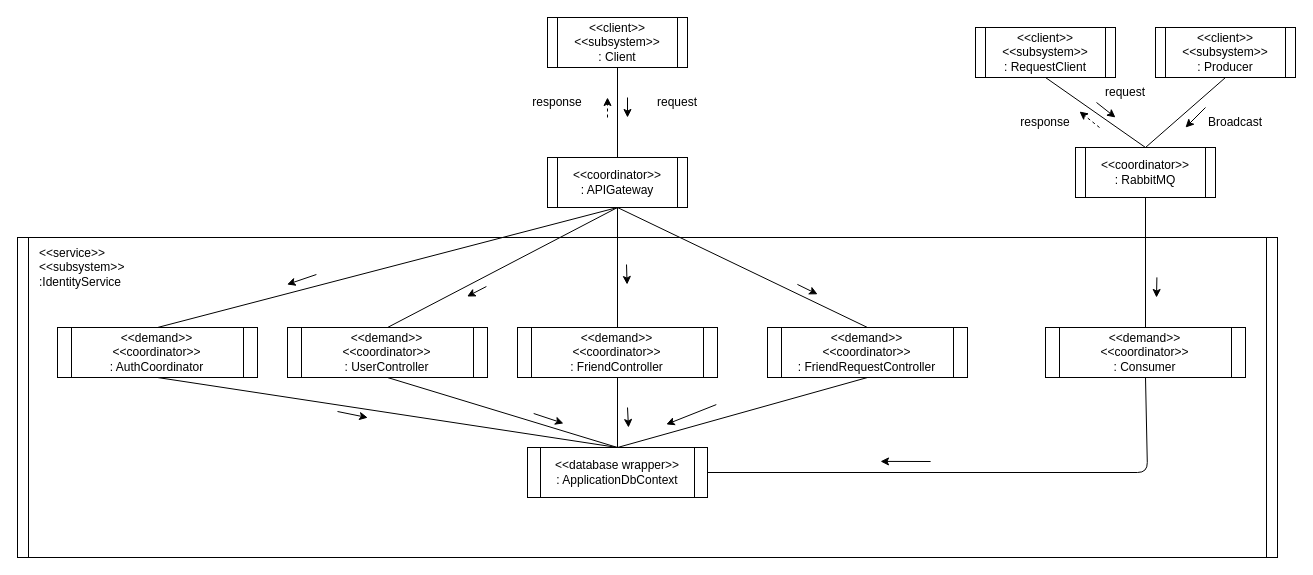
Earlier version of the draw.io diagram docs/Subsystem Diagram/Identity.subsystem.drawio (Carl-Johnsons/Chat-Application). Source tidied: cells renumbered, new cells numbered last; positions are measured from the earlier drawing's top-left corner, leaving out a move shared by most shapes. Both pictures are drawn from the tidied source at 100%, with x=0, y=0 at pixel (17, 17).
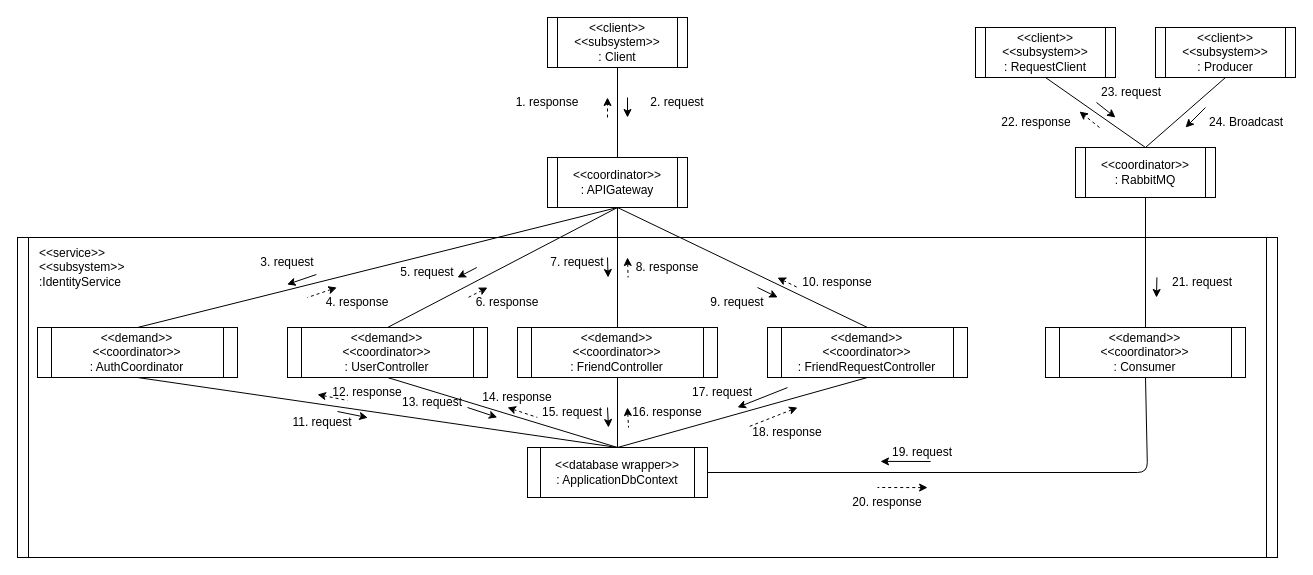
Above is the later version.

Change to the diagram source:
```diff
@@
-    <mxCell id="13" value="request" style="text;html=1;strokeColor=none;fillColor=none;align=center;verticalAlign=middle;whiteSpace=wrap;rounded=0;" parent="1" vertex="1">
+    <mxCell id="13" value="2. request" style="text;html=1;strokeColor=none;fillColor=none;align=center;verticalAlign=middle;whiteSpace=wrap;rounded=0;" parent="1" vertex="1">
       <mxGeometry x="630" y="70" width="60" height="30" as="geometry" />
     </mxCell>
-    <mxCell id="14" value="response" style="text;html=1;strokeColor=none;fillColor=none;align=center;verticalAlign=middle;whiteSpace=wrap;rounded=0;" parent="1" vertex="1">
-      <mxGeometry x="510" y="70" width="60" height="30" as="geometry" />
+    <mxCell id="14" value="1. response" style="text;html=1;strokeColor=none;fillColor=none;align=center;verticalAlign=middle;whiteSpace=wrap;rounded=0;" parent="1" vertex="1">
+      <mxGeometry x="490" y="70" width="80" height="30" as="geometry" />
     </mxCell>
     <mxCell id="15" style="endArrow=classic;html=1;entryX=0.526;entryY=0;entryDx=0;entryDy=0;entryPerimeter=0;" parent="1" edge="1">
       <mxGeometry relative="1" as="geometry">
-        <mxPoint x="609" y="247" as="sourcePoint" />
-        <mxPoint x="609.6" y="267" as="targetPoint" />
+        <mxPoint x="590" y="240" as="sourcePoint" />
+        <mxPoint x="590.6" y="260" as="targetPoint" />
       </mxGeometry>
     </mxCell>
-    <mxCell id="16" style="endArrow=classic;html=1;" parent="1" edge="1">
+    <mxCell id="16" style="endArrow=none;html=1;strokeColor=default;dashed=1;startArrow=classic;startFill=1;endFill=0;" parent="1" edge="1">
       <mxGeometry relative="1" as="geometry">
         <mxPoint x="610" y="390" as="sourcePoint" />
         <mxPoint x="611" y="410" as="targetPoint" />
       </mxGeometry>
     </mxCell>
@@
-    <mxCell id="23" value="request" style="text;html=1;strokeColor=none;fillColor=none;align=center;verticalAlign=middle;whiteSpace=wrap;rounded=0;" parent="1" vertex="1">
-      <mxGeometry x="1078" y="60" width="60" height="30" as="geometry" />
+    <mxCell id="23" value="23. request" style="text;html=1;strokeColor=none;fillColor=none;align=center;verticalAlign=middle;whiteSpace=wrap;rounded=0;" parent="1" vertex="1">
+      <mxGeometry x="1078" y="60" width="72" height="30" as="geometry" />
     </mxCell>
-    <mxCell id="24" value="response" style="text;html=1;strokeColor=none;fillColor=none;align=center;verticalAlign=middle;whiteSpace=wrap;rounded=0;" parent="1" vertex="1">
-      <mxGeometry x="998" y="90" width="60" height="30" as="geometry" />
+    <mxCell id="24" value="22. response" style="text;html=1;strokeColor=none;fillColor=none;align=center;verticalAlign=middle;whiteSpace=wrap;rounded=0;" parent="1" vertex="1">
+      <mxGeometry x="980" y="90" width="78" height="30" as="geometry" />
     </mxCell>
@@
-    <mxCell id="26" value="Broadcast" style="text;html=1;strokeColor=none;fillColor=none;align=center;verticalAlign=middle;whiteSpace=wrap;rounded=0;" parent="1" vertex="1">
-      <mxGeometry x="1188" y="90" width="60" height="30" as="geometry" />
+    <mxCell id="26" value="24. Broadcast" style="text;html=1;strokeColor=none;fillColor=none;align=center;verticalAlign=middle;whiteSpace=wrap;rounded=0;" parent="1" vertex="1">
+      <mxGeometry x="1188" y="90" width="82" height="30" as="geometry" />
     </mxCell>
@@
     <mxCell id="37" style="endArrow=classic;html=1;entryX=0.477;entryY=0.404;entryDx=0;entryDy=0;entryPerimeter=0;" parent="1" edge="1">
       <mxGeometry relative="1" as="geometry">
-        <mxPoint x="516.2" y="396" as="sourcePoint" />
-        <mxPoint x="546" y="405.9" as="targetPoint" />
+        <mxPoint x="450" y="390" as="sourcePoint" />
+        <mxPoint x="479.8" y="399.9" as="targetPoint" />
       </mxGeometry>
     </mxCell>
     <mxCell id="38" style="endArrow=classic;html=1;entryX=0.392;entryY=0.404;entryDx=0;entryDy=0;entryPerimeter=0;exitX=0.441;exitY=0.362;exitDx=0;exitDy=0;exitPerimeter=0;" parent="1" edge="1">
       <mxGeometry relative="1" as="geometry">
-        <mxPoint x="698.8" y="387.1" as="sourcePoint" />
-        <mxPoint x="648.8" y="406.9" as="targetPoint" />
+        <mxPoint x="770" y="370.1" as="sourcePoint" />
+        <mxPoint x="720" y="389.9" as="targetPoint" />
       </mxGeometry>
     </mxCell>
     <mxCell id="39" value="&amp;lt;&amp;lt;demand&amp;gt;&amp;gt;&lt;br&gt;&amp;lt;&amp;lt;coordinator&amp;gt;&amp;gt;&lt;br style=&quot;border-color: var(--border-color);&quot;&gt;: AuthCoordinator" style="shape=process;whiteSpace=wrap;html=1;backgroundOutline=1;size=0.07142857142857142;" parent="1" vertex="1">
-      <mxGeometry x="40" y="310" width="200" height="50" as="geometry" />
+      <mxGeometry x="20" y="310" width="200" height="50" as="geometry" />
     </mxCell>
@@
-    <mxCell id="45" style="endArrow=classic;html=1;entryX=0.635;entryY=0.187;entryDx=0;entryDy=0;entryPerimeter=0;exitX=0.619;exitY=0.156;exitDx=0;exitDy=0;exitPerimeter=0;" parent="1" edge="1">
+    <mxCell id="45" style="endArrow=none;html=1;entryX=0.635;entryY=0.187;entryDx=0;entryDy=0;entryPerimeter=0;exitX=0.619;exitY=0.156;exitDx=0;exitDy=0;exitPerimeter=0;startArrow=classic;startFill=1;endFill=0;dashed=1;" parent="1" edge="1">
       <mxGeometry relative="1" as="geometry">
-        <mxPoint x="779.9" y="266.9" as="sourcePoint" />
-        <mxPoint x="800.1" y="276.8" as="targetPoint" />
+        <mxPoint x="760" y="260.1" as="sourcePoint" />
+        <mxPoint x="780.2" y="270" as="targetPoint" />
       </mxGeometry>
     </mxCell>
@@
     <mxCell id="47" style="endArrow=classic;html=1;entryX=0.526;entryY=0;entryDx=0;entryDy=0;entryPerimeter=0;exitX=0.365;exitY=0.125;exitDx=0;exitDy=0;exitPerimeter=0;" parent="1" edge="1">
       <mxGeometry relative="1" as="geometry">
-        <mxPoint x="468.9" y="269" as="sourcePoint" />
-        <mxPoint x="449.6" y="279" as="targetPoint" />
+        <mxPoint x="459.3" y="250" as="sourcePoint" />
+        <mxPoint x="440" y="260" as="targetPoint" />
       </mxGeometry>
     </mxCell>
+    <mxCell id="48" style="endArrow=none;html=1;entryX=0.526;entryY=0;entryDx=0;entryDy=0;entryPerimeter=0;exitX=0.238;exitY=0.125;exitDx=0;exitDy=0;exitPerimeter=0;startArrow=classic;startFill=1;endFill=0;dashed=1;" parent="1" edge="1">
+      <mxGeometry relative="1" as="geometry">
+        <mxPoint x="319.3" y="270" as="sourcePoint" />
+        <mxPoint x="290" y="280" as="targetPoint" />
+      </mxGeometry>
+    </mxCell>
+    <mxCell id="49" style="endArrow=none;html=1;entryX=0.526;entryY=0;entryDx=0;entryDy=0;entryPerimeter=0;exitX=0.365;exitY=0.125;exitDx=0;exitDy=0;exitPerimeter=0;startArrow=classic;startFill=1;endFill=0;dashed=1;" parent="1" edge="1">
+      <mxGeometry relative="1" as="geometry">
+        <mxPoint x="470" y="270" as="sourcePoint" />
+        <mxPoint x="450.7" y="280" as="targetPoint" />
+      </mxGeometry>
+    </mxCell>
+    <mxCell id="50" style="endArrow=none;html=1;entryX=0.526;entryY=0;entryDx=0;entryDy=0;entryPerimeter=0;startArrow=classic;startFill=1;endFill=0;dashed=1;" parent="1" edge="1">
+      <mxGeometry relative="1" as="geometry">
+        <mxPoint x="610" y="240" as="sourcePoint" />
+        <mxPoint x="610.6" y="260" as="targetPoint" />
+      </mxGeometry>
+    </mxCell>
+    <mxCell id="51" style="endArrow=classic;html=1;entryX=0.635;entryY=0.187;entryDx=0;entryDy=0;entryPerimeter=0;exitX=0.619;exitY=0.156;exitDx=0;exitDy=0;exitPerimeter=0;" parent="1" edge="1">
+      <mxGeometry relative="1" as="geometry">
+        <mxPoint x="740" y="270" as="sourcePoint" />
+        <mxPoint x="760.2" y="279.9" as="targetPoint" />
+      </mxGeometry>
+    </mxCell>
+    <mxCell id="52" style="endArrow=none;html=1;entryX=0.278;entryY=0.563;entryDx=0;entryDy=0;entryPerimeter=0;startArrow=classic;startFill=1;endFill=0;dashed=1;" parent="1" edge="1">
+      <mxGeometry relative="1" as="geometry">
+        <mxPoint x="300" y="377" as="sourcePoint" />
+        <mxPoint x="330" y="383" as="targetPoint" />
+      </mxGeometry>
+    </mxCell>
+    <mxCell id="53" style="endArrow=none;html=1;entryX=0.477;entryY=0.404;entryDx=0;entryDy=0;entryPerimeter=0;dashed=1;startArrow=classic;startFill=1;endFill=0;" parent="1" edge="1">
+      <mxGeometry relative="1" as="geometry">
+        <mxPoint x="490" y="390" as="sourcePoint" />
+        <mxPoint x="519.8" y="399.9" as="targetPoint" />
+      </mxGeometry>
+    </mxCell>
+    <mxCell id="54" style="endArrow=classic;html=1;" parent="1" edge="1">
+      <mxGeometry relative="1" as="geometry">
+        <mxPoint x="590" y="390" as="sourcePoint" />
+        <mxPoint x="591" y="410" as="targetPoint" />
+      </mxGeometry>
+    </mxCell>
+    <mxCell id="55" style="endArrow=none;html=1;entryX=0.392;entryY=0.404;entryDx=0;entryDy=0;entryPerimeter=0;exitX=0.441;exitY=0.362;exitDx=0;exitDy=0;exitPerimeter=0;startArrow=classic;startFill=1;dashed=1;endFill=0;" parent="1" edge="1">
+      <mxGeometry relative="1" as="geometry">
+        <mxPoint x="780" y="390" as="sourcePoint" />
+        <mxPoint x="730" y="409.7" as="targetPoint" />
+      </mxGeometry>
+    </mxCell>
+    <mxCell id="56" style="endArrow=none;html=1;exitX=0.657;exitY=0.468;exitDx=0;exitDy=0;exitPerimeter=0;dashed=1;endFill=0;startArrow=classic;startFill=1;" parent="1" edge="1">
+      <mxGeometry relative="1" as="geometry">
+        <mxPoint x="910.1" y="470.1" as="sourcePoint" />
+        <mxPoint x="860" y="470" as="targetPoint" />
+      </mxGeometry>
+    </mxCell>
+    <mxCell id="57" value="4. response" style="text;html=1;strokeColor=none;fillColor=none;align=center;verticalAlign=middle;whiteSpace=wrap;rounded=0;" parent="1" vertex="1">
+      <mxGeometry x="300" y="270" width="80" height="30" as="geometry" />
+    </mxCell>
+    <mxCell id="58" value="3. request" style="text;html=1;strokeColor=none;fillColor=none;align=center;verticalAlign=middle;whiteSpace=wrap;rounded=0;" parent="1" vertex="1">
+      <mxGeometry x="240" y="230" width="60" height="30" as="geometry" />
+    </mxCell>
+    <mxCell id="59" value="5. request" style="text;html=1;strokeColor=none;fillColor=none;align=center;verticalAlign=middle;whiteSpace=wrap;rounded=0;" parent="1" vertex="1">
+      <mxGeometry x="380" y="240" width="60" height="30" as="geometry" />
+    </mxCell>
+    <mxCell id="60" value="7. request" style="text;html=1;strokeColor=none;fillColor=none;align=center;verticalAlign=middle;whiteSpace=wrap;rounded=0;" parent="1" vertex="1">
+      <mxGeometry x="530" y="230" width="60" height="30" as="geometry" />
+    </mxCell>
+    <mxCell id="61" value="9. request" style="text;html=1;strokeColor=none;fillColor=none;align=center;verticalAlign=middle;whiteSpace=wrap;rounded=0;" parent="1" vertex="1">
+      <mxGeometry x="690" y="270" width="60" height="30" as="geometry" />
+    </mxCell>
+    <mxCell id="62" value="11. request" style="text;html=1;strokeColor=none;fillColor=none;align=center;verticalAlign=middle;whiteSpace=wrap;rounded=0;" parent="1" vertex="1">
+      <mxGeometry x="270" y="390" width="70" height="30" as="geometry" />
+    </mxCell>
+    <mxCell id="63" value="13. request" style="text;html=1;strokeColor=none;fillColor=none;align=center;verticalAlign=middle;whiteSpace=wrap;rounded=0;" parent="1" vertex="1">
+      <mxGeometry x="380" y="370" width="70" height="30" as="geometry" />
+    </mxCell>
+    <mxCell id="64" value="15. request" style="text;html=1;strokeColor=none;fillColor=none;align=center;verticalAlign=middle;whiteSpace=wrap;rounded=0;" parent="1" vertex="1">
+      <mxGeometry x="520" y="380" width="70" height="30" as="geometry" />
+    </mxCell>
+    <mxCell id="65" value="17. request" style="text;html=1;strokeColor=none;fillColor=none;align=center;verticalAlign=middle;whiteSpace=wrap;rounded=0;" parent="1" vertex="1">
+      <mxGeometry x="670" y="360" width="70" height="30" as="geometry" />
+    </mxCell>
+    <mxCell id="66" value="19. request" style="text;html=1;strokeColor=none;fillColor=none;align=center;verticalAlign=middle;whiteSpace=wrap;rounded=0;" parent="1" vertex="1">
+      <mxGeometry x="870" y="420" width="70" height="30" as="geometry" />
+    </mxCell>
+    <mxCell id="67" value="21. request" style="text;html=1;strokeColor=none;fillColor=none;align=center;verticalAlign=middle;whiteSpace=wrap;rounded=0;" parent="1" vertex="1">
+      <mxGeometry x="1150" y="250" width="70" height="30" as="geometry" />
+    </mxCell>
+    <mxCell id="68" value="6. response" style="text;html=1;strokeColor=none;fillColor=none;align=center;verticalAlign=middle;whiteSpace=wrap;rounded=0;" parent="1" vertex="1">
+      <mxGeometry x="450" y="270" width="80" height="30" as="geometry" />
+    </mxCell>
+    <mxCell id="69" value="8. response" style="text;html=1;strokeColor=none;fillColor=none;align=center;verticalAlign=middle;whiteSpace=wrap;rounded=0;" parent="1" vertex="1">
+      <mxGeometry x="610" y="235" width="80" height="30" as="geometry" />
+    </mxCell>
+    <mxCell id="70" value="10. response" style="text;html=1;strokeColor=none;fillColor=none;align=center;verticalAlign=middle;whiteSpace=wrap;rounded=0;" parent="1" vertex="1">
+      <mxGeometry x="780" y="250" width="80" height="30" as="geometry" />
+    </mxCell>
+    <mxCell id="71" value="12. response" style="text;html=1;strokeColor=none;fillColor=none;align=center;verticalAlign=middle;whiteSpace=wrap;rounded=0;" parent="1" vertex="1">
+      <mxGeometry x="310" y="360" width="80" height="30" as="geometry" />
+    </mxCell>
+    <mxCell id="72" value="14. response" style="text;html=1;strokeColor=none;fillColor=none;align=center;verticalAlign=middle;whiteSpace=wrap;rounded=0;" parent="1" vertex="1">
+      <mxGeometry x="460" y="365" width="80" height="30" as="geometry" />
+    </mxCell>
+    <mxCell id="73" value="16. response" style="text;html=1;strokeColor=none;fillColor=none;align=center;verticalAlign=middle;whiteSpace=wrap;rounded=0;" parent="1" vertex="1">
+      <mxGeometry x="610" y="380" width="80" height="30" as="geometry" />
+    </mxCell>
+    <mxCell id="74" value="18. response" style="text;html=1;strokeColor=none;fillColor=none;align=center;verticalAlign=middle;whiteSpace=wrap;rounded=0;" parent="1" vertex="1">
+      <mxGeometry x="730" y="400" width="80" height="30" as="geometry" />
+    </mxCell>
+    <mxCell id="75" value="20. response" style="text;html=1;strokeColor=none;fillColor=none;align=center;verticalAlign=middle;whiteSpace=wrap;rounded=0;" parent="1" vertex="1">
+      <mxGeometry x="830" y="470" width="80" height="30" as="geometry" />
+    </mxCell>
```
